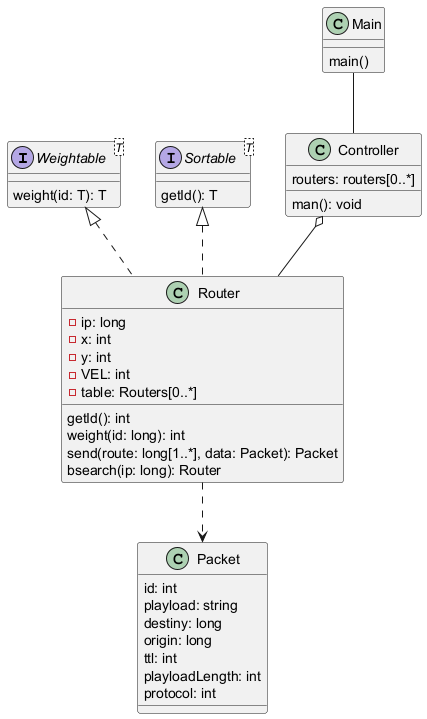
brayandiazssjd/spice keeps this PlantUML diagram as Internet/CLASS_DIAGRAM.png. Above is the earlier version.
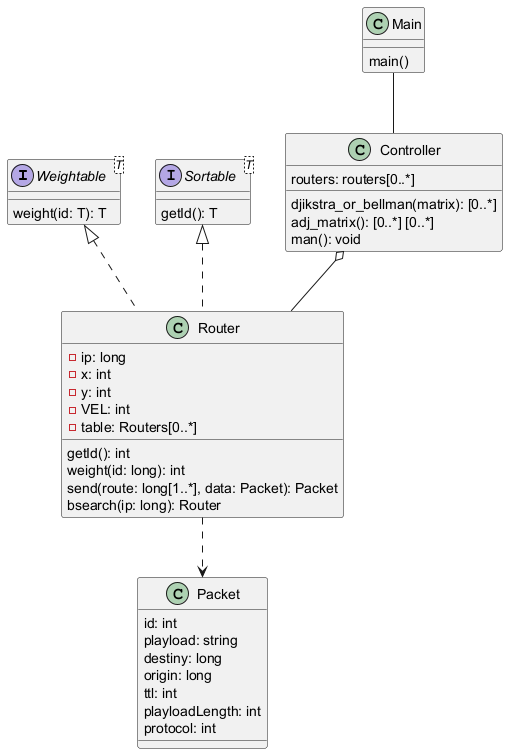
Above is the later version.

Diff of the diagram source:
```diff
@@ -33,6 +33,8 @@
 
 class Controller {
 	routers: routers[0..*]
+	djikstra_or_bellman(matrix): [0..*]
+	adj_matrix(): [0..*] [0..*]
 	man(): void
 }
 
```
